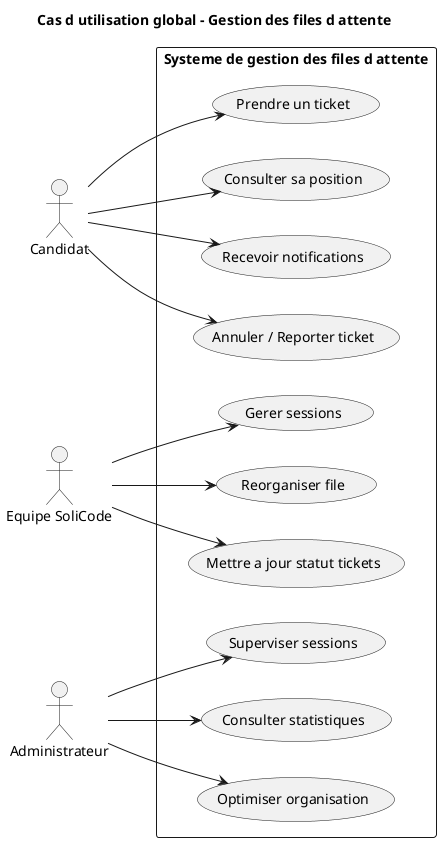
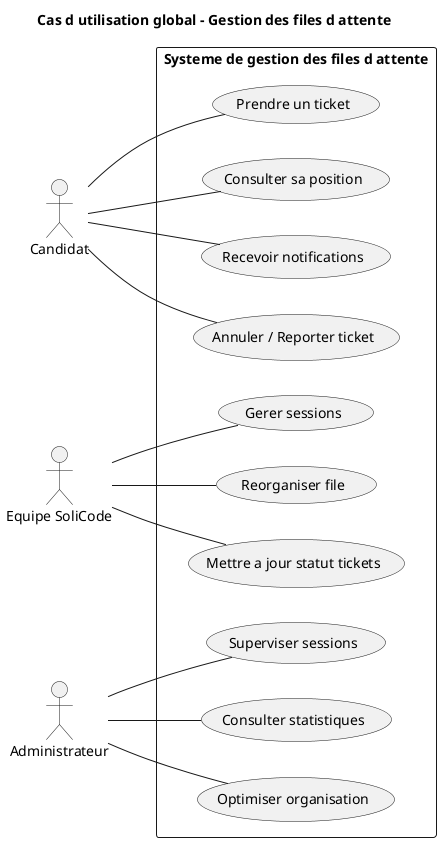
@startuml
left to right direction

title Cas d utilisation global - Gestion des files d attente

' Acteurs alignés verticalement
actor Candidat
actor "Equipe SoliCode" as SoliCode
actor Administrateur as Admin

rectangle "Systeme de gestion des files d attente" {

  ' --- Cas Candidat ---
  usecase "Prendre un ticket" as UC1
  usecase "Consulter sa position" as UC2
  usecase "Recevoir notifications" as UC3
  usecase "Annuler / Reporter ticket" as UC4

  ' --- Cas Equipe ---
  usecase "Gerer sessions" as UC5
  usecase "Reorganiser file" as UC6
  usecase "Mettre a jour statut tickets" as UC7

  ' --- Cas Admin ---
  usecase "Superviser sessions" as UC8
  usecase "Consulter statistiques" as UC9
  usecase "Optimiser organisation" as UC10
}

' Relations Candidat
- Candidat --> UC1
- Candidat --> UC2
- Candidat --> UC3
- Candidat --> UC4
+ Candidat -- UC1
+ Candidat -- UC2
+ Candidat -- UC3
+ Candidat -- UC4

' Relations Equipe
- SoliCode --> UC5
- SoliCode --> UC6
- SoliCode --> UC7
+ SoliCode -- UC5
+ SoliCode -- UC6
+ SoliCode -- UC7

' Relations Admin
- Admin --> UC8
- Admin --> UC9
- Admin --> UC10
+ Admin -- UC8
+ Admin -- UC9
+ Admin -- UC10

@enduml